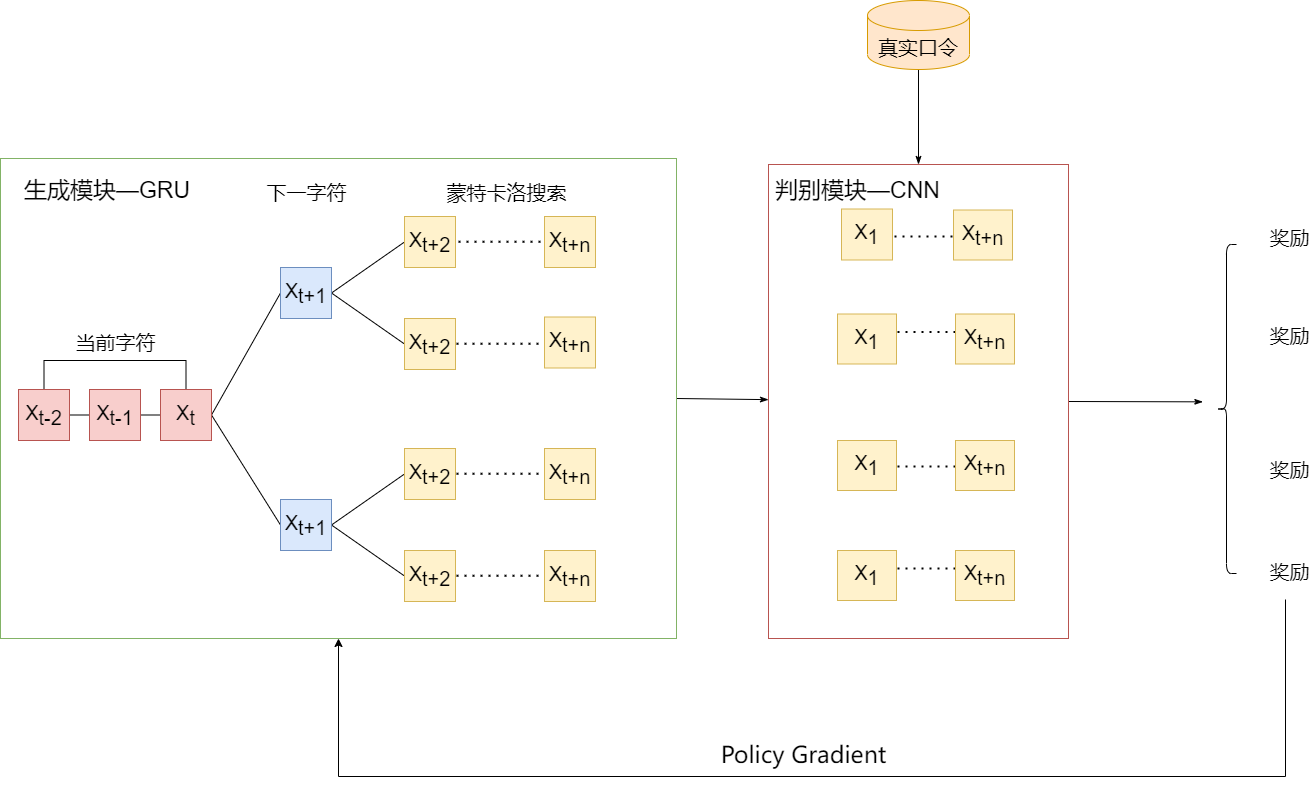
The draw.io diagram seqgan.drawio.png in lakomi/pictures, before a commit. Source tidied: cells renumbered, new cells last; positions are measured from the earlier drawing's top-left corner, leaving out a move shared by most shapes.
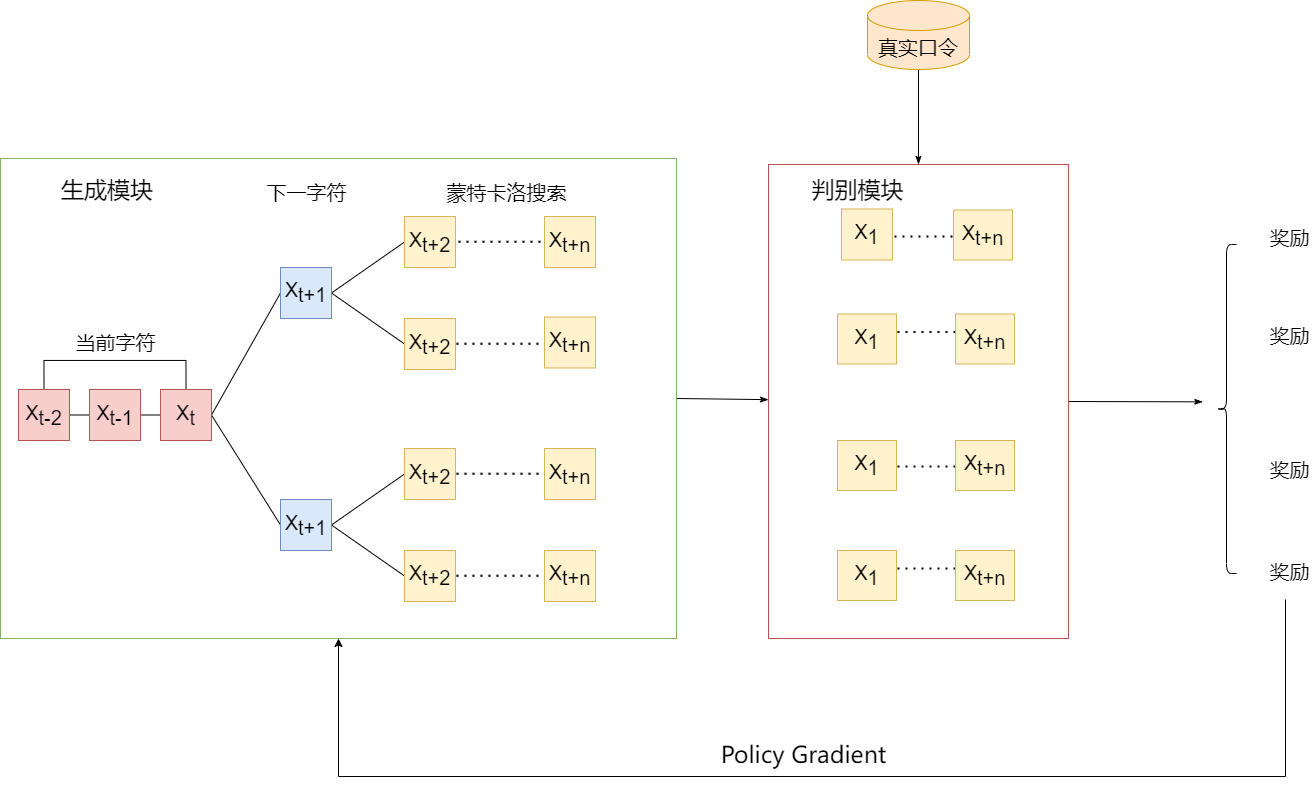
Later version of the same file.

Change to the diagram source:
```diff
@@ -226,10 +226,10 @@
     <mxCell id="55" value="X&lt;sub style=&quot;font-size: 20px&quot;&gt;t+n&lt;/sub&gt;" style="rounded=0;whiteSpace=wrap;html=1;fontSize=20;fillColor=#fff2cc;strokeColor=#d6b656;" parent="1" vertex="1">
       <mxGeometry x="955" y="550" width="59" height="50" as="geometry" />
     </mxCell>
-    <mxCell id="56" value="生成模块—GRU" style="text;html=1;strokeColor=none;fillColor=none;align=center;verticalAlign=middle;whiteSpace=wrap;rounded=0;fontSize=23;fontColor=#000000;" parent="1" vertex="1">
+    <mxCell id="56" value="生成模块" style="text;html=1;strokeColor=none;fillColor=none;align=center;verticalAlign=middle;whiteSpace=wrap;rounded=0;fontSize=23;fontColor=#000000;" parent="1" vertex="1">
       <mxGeometry x="18" y="175" width="178" height="30" as="geometry" />
     </mxCell>
-    <mxCell id="57" value="判别模块—CNN" style="text;html=1;strokeColor=none;fillColor=none;align=center;verticalAlign=middle;whiteSpace=wrap;rounded=0;fontSize=23;fontColor=#000000;" parent="1" vertex="1">
+    <mxCell id="57" value="判别模块" style="text;html=1;strokeColor=none;fillColor=none;align=center;verticalAlign=middle;whiteSpace=wrap;rounded=0;fontSize=23;fontColor=#000000;" parent="1" vertex="1">
       <mxGeometry x="773" y="175" width="169" height="30" as="geometry" />
     </mxCell>
   </root>
```
